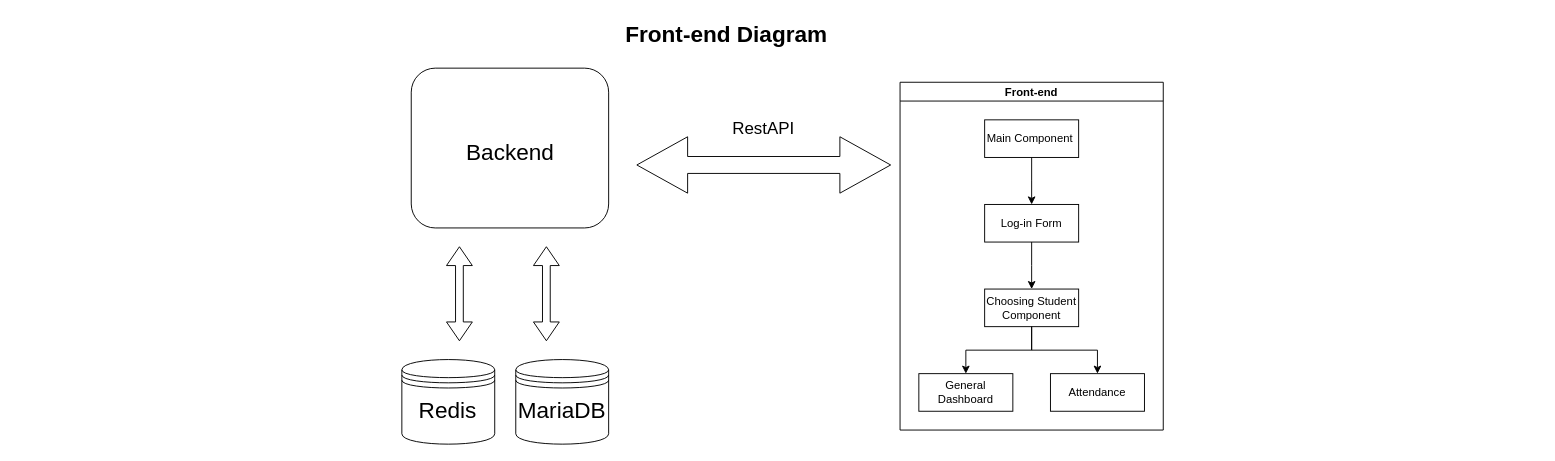
Before: docs/drawio XML files/frontend.drawio in spe-uob/2021-NormalAnalytics, a draw.io diagram. Source tidied: cells renumbered, new cells numbered last; positions are measured from the earlier drawing's top-left corner, leaving out a move shared by most shapes. Both pictures are drawn from the tidied source at 94%, with x=0, y=0 at pixel (16, 16).
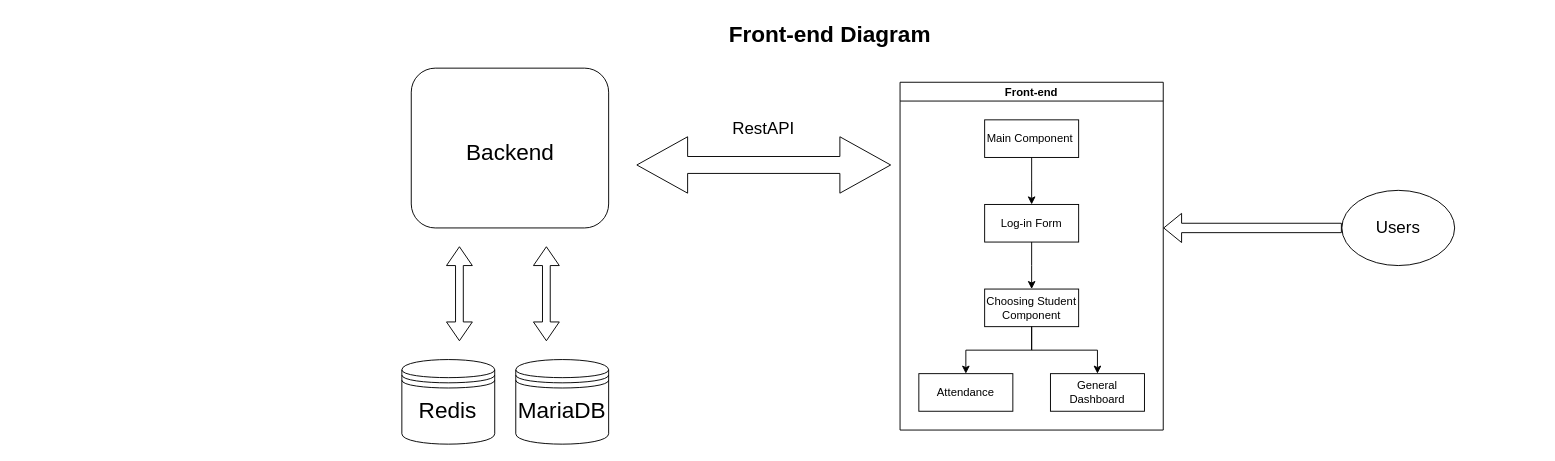
The same diagram, later.

Commit message (it also covers changes not shown here):
png file added and minor changes to the frontend diagram

Unchanged cells that the change refers to:
```xml
<mxCell id="3" value="Front-end" style="swimlane;startSize=20;horizontal=1;horizontalTree=0;containerType=tree;" parent="1" vertex="1">
  <mxGeometry x="940" y="70" width="280" height="370" as="geometry" />
</mxCell>
```

Diff of the diagram source:
```diff
@@
     <mxCell id="2" value="Front-end Diagram" style="text;strokeColor=none;fillColor=none;html=1;fontSize=24;fontStyle=1;verticalAlign=middle;align=center;" parent="1" vertex="1">
-      <mxGeometry width="1510" height="40" as="geometry" />
+      <mxGeometry x="110" width="1510" height="40" as="geometry" />
     </mxCell>
@@
     <mxCell id="10" value="General Dashboard" style="whiteSpace=wrap;html=1;" parent="3" vertex="1">
-      <mxGeometry x="20" y="310" width="100" height="40" as="geometry" />
+      <mxGeometry x="160" y="310" width="100" height="40" as="geometry" />
     </mxCell>
@@
     <mxCell id="12" value="Attendance" style="whiteSpace=wrap;html=1;" parent="3" vertex="1">
-      <mxGeometry x="160" y="310" width="100" height="40" as="geometry" />
+      <mxGeometry x="20" y="310" width="100" height="40" as="geometry" />
     </mxCell>
@@
+    <mxCell id="23" style="ellipse;whiteSpace=wrap;html=1;" parent="1" vertex="1">
+      <mxGeometry x="1410" y="185" width="120" height="80" as="geometry" />
+    </mxCell>
+    <mxCell id="24" value="&lt;font style=&quot;font-size: 18px&quot;&gt;Users&lt;/font&gt;" style="text;html=1;strokeColor=none;fillColor=none;align=center;verticalAlign=middle;whiteSpace=wrap;rounded=0;" parent="1" vertex="1">
+      <mxGeometry x="1440" y="210" width="60" height="30" as="geometry" />
+    </mxCell>
+    <mxCell id="25" style="shape=flexArrow;endArrow=classic;html=1;rounded=0;fontSize=18;" parent="1" edge="1">
+      <mxGeometry relative="1" as="geometry">
+        <mxPoint x="1410" y="225" as="sourcePoint" />
+        <mxPoint x="1220" y="225" as="targetPoint" />
+      </mxGeometry>
+    </mxCell>
```
